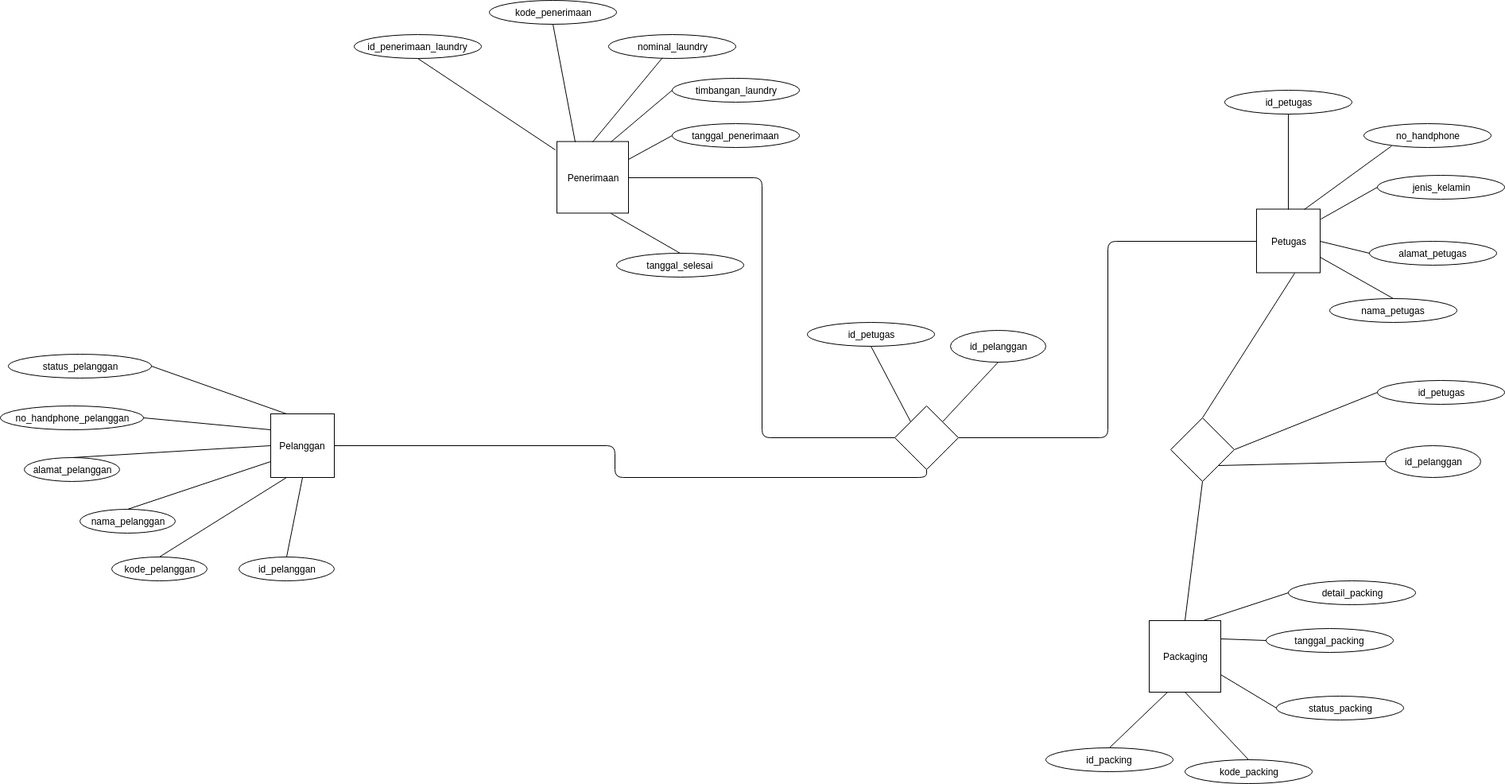
Earlier version of the draw.io export Desain_ERD/Desain ERD Rejak Laundry.png (RezaNurRochmat13/BINAR-BATCH11-BE-Code-Challenge). Source tidied: cells renumbered, new cells last; positions are measured from the earlier drawing's top-left corner, leaving out a move shared by most shapes.
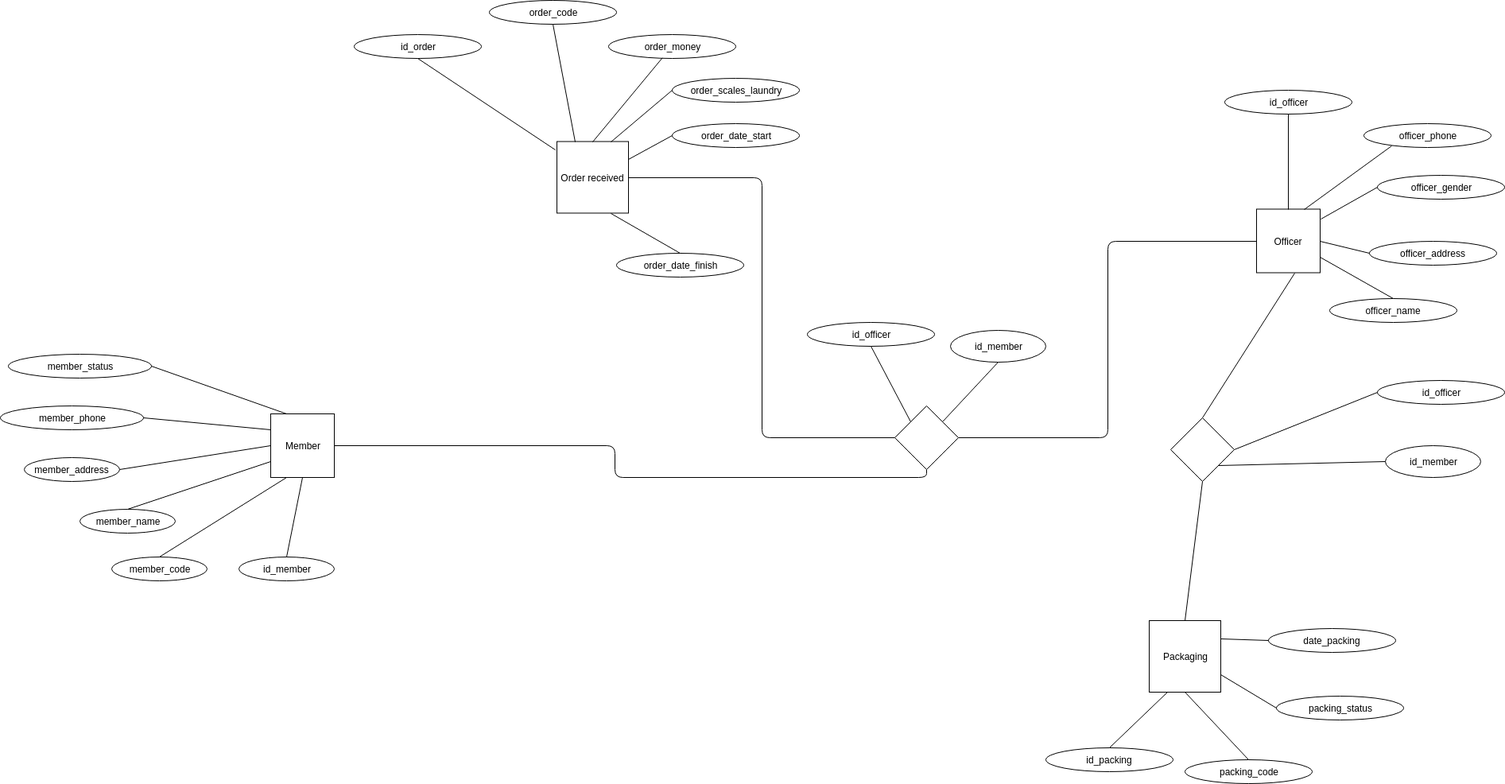
Later version of the same file.

Change to the diagram source:
```diff
@@ -2,22 +2,22 @@
   <root>
     <mxCell id="0" />
     <mxCell id="1" parent="0" />
-    <mxCell id="2" value="Pelanggan" style="whiteSpace=wrap;html=1;" parent="1" vertex="1">
+    <mxCell id="2" value="Member" style="whiteSpace=wrap;html=1;" parent="1" vertex="1">
       <mxGeometry x="340" y="520" width="80" height="80" as="geometry" />
     </mxCell>
-    <mxCell id="3" value="id_pelanggan" style="ellipse;whiteSpace=wrap;html=1;" parent="1" vertex="1">
+    <mxCell id="3" value="id_member" style="ellipse;whiteSpace=wrap;html=1;" parent="1" vertex="1">
       <mxGeometry x="300" y="700" width="120" height="30" as="geometry" />
     </mxCell>
-    <mxCell id="4" value="nama_pelanggan" style="ellipse;whiteSpace=wrap;html=1;" parent="1" vertex="1">
+    <mxCell id="4" value="member_name" style="ellipse;whiteSpace=wrap;html=1;" parent="1" vertex="1">
       <mxGeometry x="100" y="640" width="120" height="30" as="geometry" />
     </mxCell>
-    <mxCell id="5" value="alamat_pelanggan" style="ellipse;whiteSpace=wrap;html=1;" parent="1" vertex="1">
+    <mxCell id="5" value="member_address" style="ellipse;whiteSpace=wrap;html=1;" parent="1" vertex="1">
       <mxGeometry x="30" y="575" width="120" height="30" as="geometry" />
     </mxCell>
-    <mxCell id="6" value="no_handphone_pelanggan" style="ellipse;whiteSpace=wrap;html=1;" parent="1" vertex="1">
+    <mxCell id="6" value="member_phone" style="ellipse;whiteSpace=wrap;html=1;" parent="1" vertex="1">
       <mxGeometry y="510" width="180" height="30" as="geometry" />
     </mxCell>
-    <mxCell id="7" value="status_pelanggan" style="ellipse;whiteSpace=wrap;html=1;" parent="1" vertex="1">
+    <mxCell id="7" value="member_status" style="ellipse;whiteSpace=wrap;html=1;" parent="1" vertex="1">
       <mxGeometry x="10" y="445" width="180" height="30" as="geometry" />
     </mxCell>
     <mxCell id="8" style="endArrow=none;html=1;entryX=0.5;entryY=1;entryDx=0;entryDy=0;exitX=0.5;exitY=0;exitDx=0;exitDy=0;" parent="1" edge="1" source="3" target="2">
@@ -26,7 +26,7 @@
     <mxCell id="9" style="endArrow=none;html=1;entryX=0;entryY=0.75;entryDx=0;entryDy=0;exitX=0.5;exitY=0;exitDx=0;exitDy=0;" parent="1" edge="1" source="4" target="2">
       <mxGeometry relative="1" as="geometry" />
     </mxCell>
-    <mxCell id="10" style="endArrow=none;html=1;entryX=0;entryY=0.5;entryDx=0;entryDy=0;exitX=0.5;exitY=0;exitDx=0;exitDy=0;" parent="1" edge="1" source="5" target="2">
+    <mxCell id="10" style="endArrow=none;html=1;entryX=0;entryY=0.5;entryDx=0;entryDy=0;exitX=1;exitY=0.5;exitDx=0;exitDy=0;" parent="1" edge="1" source="5" target="2">
       <mxGeometry relative="1" as="geometry" />
     </mxCell>
     <mxCell id="11" style="endArrow=none;html=1;entryX=0;entryY=0.25;entryDx=0;entryDy=0;exitX=1;exitY=0.5;exitDx=0;exitDy=0;" parent="1" edge="1" source="6" target="2">
@@ -35,28 +35,28 @@
     <mxCell id="12" style="endArrow=none;html=1;entryX=0.25;entryY=0;entryDx=0;entryDy=0;exitX=1;exitY=0.5;exitDx=0;exitDy=0;" parent="1" edge="1" source="7" target="2">
       <mxGeometry relative="1" as="geometry" />
     </mxCell>
-    <mxCell id="13" value="kode_pelanggan" style="ellipse;whiteSpace=wrap;html=1;" parent="1" vertex="1">
+    <mxCell id="13" value="member_code" style="ellipse;whiteSpace=wrap;html=1;" parent="1" vertex="1">
       <mxGeometry x="140" y="700" width="120" height="30" as="geometry" />
     </mxCell>
     <mxCell id="14" style="endArrow=none;html=1;entryX=0.25;entryY=1;entryDx=0;entryDy=0;exitX=0.5;exitY=0;exitDx=0;exitDy=0;" parent="1" edge="1" source="13" target="2">
       <mxGeometry relative="1" as="geometry" />
     </mxCell>
-    <mxCell id="15" value="Penerimaan" style="whiteSpace=wrap;html=1;" parent="1" vertex="1">
+    <mxCell id="15" value="Order received" style="whiteSpace=wrap;html=1;" parent="1" vertex="1">
       <mxGeometry x="700" y="177.5" width="90" height="90" as="geometry" />
     </mxCell>
-    <mxCell id="16" value="id_penerimaan_laundry" style="ellipse;whiteSpace=wrap;html=1;" parent="1" vertex="1">
+    <mxCell id="16" value="id_order" style="ellipse;whiteSpace=wrap;html=1;" parent="1" vertex="1">
       <mxGeometry x="445" y="42.5" width="160" height="30" as="geometry" />
     </mxCell>
-    <mxCell id="17" value="kode_penerimaan" style="ellipse;whiteSpace=wrap;html=1;" parent="1" vertex="1">
+    <mxCell id="17" value="order_code" style="ellipse;whiteSpace=wrap;html=1;" parent="1" vertex="1">
       <mxGeometry x="615" width="160" height="30" as="geometry" />
     </mxCell>
-    <mxCell id="18" value="tanggal_selesai" style="ellipse;whiteSpace=wrap;html=1;" parent="1" vertex="1">
+    <mxCell id="18" value="order_date_finish" style="ellipse;whiteSpace=wrap;html=1;" parent="1" vertex="1">
       <mxGeometry x="775" y="317.5" width="160" height="30" as="geometry" />
     </mxCell>
-    <mxCell id="19" value="nominal_laundry" style="ellipse;whiteSpace=wrap;html=1;" parent="1" vertex="1">
+    <mxCell id="19" value="order_money" style="ellipse;whiteSpace=wrap;html=1;" parent="1" vertex="1">
       <mxGeometry x="765" y="42.5" width="160" height="30" as="geometry" />
     </mxCell>
-    <mxCell id="20" value="tanggal_penerimaan" style="ellipse;whiteSpace=wrap;html=1;" parent="1" vertex="1">
+    <mxCell id="20" value="order_date_start" style="ellipse;whiteSpace=wrap;html=1;" parent="1" vertex="1">
       <mxGeometry x="845" y="155" width="160" height="30" as="geometry" />
     </mxCell>
     <mxCell id="21" style="endArrow=none;html=1;entryX=-0.022;entryY=0.122;entryDx=0;entryDy=0;exitX=0.5;exitY=1;exitDx=0;exitDy=0;entryPerimeter=0;" parent="1" edge="1" source="16" target="15">
@@ -80,11 +80,11 @@
     <mxCell id="27" value="id_packing" style="ellipse;whiteSpace=wrap;html=1;" parent="1" vertex="1">
       <mxGeometry x="1315" y="940" width="160" height="30" as="geometry" />
     </mxCell>
-    <mxCell id="28" value="kode_packing" style="ellipse;whiteSpace=wrap;html=1;" parent="1" vertex="1">
+    <mxCell id="28" value="packing_code" style="ellipse;whiteSpace=wrap;html=1;" parent="1" vertex="1">
       <mxGeometry x="1490" y="955" width="160" height="30" as="geometry" />
     </mxCell>
-    <mxCell id="29" value="tanggal_packing" style="ellipse;whiteSpace=wrap;html=1;" parent="1" vertex="1">
-      <mxGeometry x="1592" y="790" width="160" height="30" as="geometry" />
+    <mxCell id="29" value="date_packing" style="ellipse;whiteSpace=wrap;html=1;" parent="1" vertex="1">
+      <mxGeometry x="1595" y="790" width="160" height="30" as="geometry" />
     </mxCell>
     <mxCell id="30" style="endArrow=none;html=1;entryX=0.5;entryY=0;entryDx=0;entryDy=0;exitX=0.25;exitY=1;exitDx=0;exitDy=0;" parent="1" edge="1" source="26" target="27">
       <mxGeometry relative="1" as="geometry" />
@@ -95,25 +95,25 @@
     <mxCell id="32" style="endArrow=none;html=1;entryX=0;entryY=0.5;entryDx=0;entryDy=0;exitX=1;exitY=0.25;exitDx=0;exitDy=0;" parent="1" edge="1" source="26" target="29">
       <mxGeometry relative="1" as="geometry" />
     </mxCell>
-    <mxCell id="33" value="id_pelanggan" style="ellipse;whiteSpace=wrap;html=1;" parent="1" vertex="1">
+    <mxCell id="33" value="id_member" style="ellipse;whiteSpace=wrap;html=1;" parent="1" vertex="1">
       <mxGeometry x="1195" y="415" width="120" height="40" as="geometry" />
     </mxCell>
-    <mxCell id="34" value="Petugas" style="whiteSpace=wrap;html=1;" parent="1" vertex="1">
+    <mxCell id="34" value="Officer" style="whiteSpace=wrap;html=1;" parent="1" vertex="1">
       <mxGeometry x="1580" y="262.5" width="80" height="80" as="geometry" />
     </mxCell>
-    <mxCell id="35" value="id_petugas" style="ellipse;whiteSpace=wrap;html=1;" parent="1" vertex="1">
+    <mxCell id="35" value="id_officer" style="ellipse;whiteSpace=wrap;html=1;" parent="1" vertex="1">
       <mxGeometry x="1539.5" y="112.5" width="160" height="30" as="geometry" />
     </mxCell>
-    <mxCell id="36" value="nama_petugas" style="ellipse;whiteSpace=wrap;html=1;" parent="1" vertex="1">
+    <mxCell id="36" value="officer_name" style="ellipse;whiteSpace=wrap;html=1;" parent="1" vertex="1">
       <mxGeometry x="1672" y="375" width="160" height="30" as="geometry" />
     </mxCell>
-    <mxCell id="37" value="alamat_petugas" style="ellipse;whiteSpace=wrap;html=1;" parent="1" vertex="1">
+    <mxCell id="37" value="officer_address" style="ellipse;whiteSpace=wrap;html=1;" parent="1" vertex="1">
       <mxGeometry x="1722" y="302.5" width="160" height="30" as="geometry" />
     </mxCell>
-    <mxCell id="38" value="jenis_kelamin" style="ellipse;whiteSpace=wrap;html=1;" parent="1" vertex="1">
+    <mxCell id="38" value="officer_gender" style="ellipse;whiteSpace=wrap;html=1;" parent="1" vertex="1">
       <mxGeometry x="1732" y="220" width="160" height="30" as="geometry" />
     </mxCell>
-    <mxCell id="39" value="no_handphone" style="ellipse;whiteSpace=wrap;html=1;" parent="1" vertex="1">
+    <mxCell id="39" value="officer_phone" style="ellipse;whiteSpace=wrap;html=1;" parent="1" vertex="1">
       <mxGeometry x="1715" y="155" width="160" height="30" as="geometry" />
     </mxCell>
     <mxCell id="40" style="rhombus;whiteSpace=wrap;html=1;" parent="1" vertex="1">
@@ -125,7 +125,7 @@
     <mxCell id="42" style="endArrow=none;html=1;entryX=0;entryY=0.5;entryDx=0;entryDy=0;exitX=1;exitY=0.5;exitDx=0;exitDy=0;edgeStyle=orthogonalEdgeStyle;" parent="1" edge="1" source="40" target="34">
       <mxGeometry relative="1" as="geometry" />
     </mxCell>
-    <mxCell id="43" value="id_petugas" style="ellipse;whiteSpace=wrap;html=1;" parent="1" vertex="1">
+    <mxCell id="43" value="id_officer" style="ellipse;whiteSpace=wrap;html=1;" parent="1" vertex="1">
       <mxGeometry x="1015" y="405" width="160" height="30" as="geometry" />
     </mxCell>
     <mxCell id="44" style="endArrow=none;html=1;entryX=0;entryY=0;entryDx=0;entryDy=0;exitX=0.5;exitY=1;exitDx=0;exitDy=0;" parent="1" edge="1" source="43" target="40">
@@ -146,7 +146,7 @@
     <mxCell id="49" style="endArrow=none;html=1;entryX=0.75;entryY=0;entryDx=0;entryDy=0;exitX=0.219;exitY=0.933;exitDx=0;exitDy=0;exitPerimeter=0;" parent="1" edge="1" source="39" target="34">
       <mxGeometry relative="1" as="geometry" />
     </mxCell>
-    <mxCell id="50" value="timbangan_laundry" style="ellipse;whiteSpace=wrap;html=1;" parent="1" vertex="1">
+    <mxCell id="50" value="order_scales_laundry" style="ellipse;whiteSpace=wrap;html=1;" parent="1" vertex="1">
       <mxGeometry x="845" y="97.5" width="160" height="30" as="geometry" />
     </mxCell>
     <mxCell id="51" style="endArrow=none;html=1;entryX=0.75;entryY=0;entryDx=0;entryDy=0;exitX=0;exitY=0.5;exitDx=0;exitDy=0;" parent="1" edge="1" source="50" target="15">
@@ -161,22 +161,16 @@
     <mxCell id="54" style="endArrow=none;html=1;entryX=0.5;entryY=1;entryDx=0;entryDy=0;exitX=0.5;exitY=0;exitDx=0;exitDy=0;" parent="1" edge="1" source="26" target="52">
       <mxGeometry relative="1" as="geometry" />
     </mxCell>
-    <mxCell id="55" value="id_petugas" style="ellipse;whiteSpace=wrap;html=1;" parent="1" vertex="1">
+    <mxCell id="55" value="id_officer" style="ellipse;whiteSpace=wrap;html=1;" parent="1" vertex="1">
       <mxGeometry x="1732" y="477.5" width="160" height="30" as="geometry" />
     </mxCell>
     <mxCell id="56" style="endArrow=none;html=1;entryX=1;entryY=0.5;entryDx=0;entryDy=0;exitX=0;exitY=0.5;exitDx=0;exitDy=0;" parent="1" edge="1" source="55" target="52">
       <mxGeometry relative="1" as="geometry" />
     </mxCell>
-    <mxCell id="57" value="detail_packing" style="ellipse;whiteSpace=wrap;html=1;" parent="1" vertex="1">
-      <mxGeometry x="1619.5" y="730" width="160" height="30" as="geometry" />
-    </mxCell>
-    <mxCell id="58" style="endArrow=none;html=1;entryX=0;entryY=0.5;entryDx=0;entryDy=0;exitX=0.75;exitY=0;exitDx=0;exitDy=0;" parent="1" edge="1" source="26" target="57">
-      <mxGeometry relative="1" as="geometry" />
-    </mxCell>
     <mxCell id="59" style="endArrow=none;html=1;entryX=0.5;entryY=1;entryDx=0;entryDy=0;exitX=1;exitY=0;exitDx=0;exitDy=0;" parent="1" edge="1" source="40" target="33">
       <mxGeometry relative="1" as="geometry" />
     </mxCell>
-    <mxCell id="60" value="id_pelanggan" style="ellipse;whiteSpace=wrap;html=1;" parent="1" vertex="1">
+    <mxCell id="60" value="id_member" style="ellipse;whiteSpace=wrap;html=1;" parent="1" vertex="1">
       <mxGeometry x="1742" y="560" width="120" height="40" as="geometry" />
     </mxCell>
     <mxCell id="61" style="endArrow=none;html=1;entryX=1;entryY=1;entryDx=0;entryDy=0;exitX=0;exitY=0.5;exitDx=0;exitDy=0;" parent="1" edge="1" source="60" target="52">
@@ -185,7 +179,7 @@
     <mxCell id="62" style="endArrow=none;html=1;exitX=1;exitY=0.5;exitDx=0;exitDy=0;entryX=0.5;entryY=1;entryDx=0;entryDy=0;edgeStyle=orthogonalEdgeStyle;" parent="1" edge="1" source="2" target="40">
       <mxGeometry relative="1" as="geometry" />
     </mxCell>
-    <mxCell id="63" value="status_packing" style="ellipse;whiteSpace=wrap;html=1;" parent="1" vertex="1">
+    <mxCell id="63" value="packing_status" style="ellipse;whiteSpace=wrap;html=1;" parent="1" vertex="1">
       <mxGeometry x="1605" y="875" width="160" height="30" as="geometry" />
     </mxCell>
     <mxCell id="64" style="endArrow=none;html=1;entryX=0;entryY=0.5;entryDx=0;entryDy=0;exitX=1;exitY=0.75;exitDx=0;exitDy=0;" parent="1" edge="1" source="26" target="63">
```
